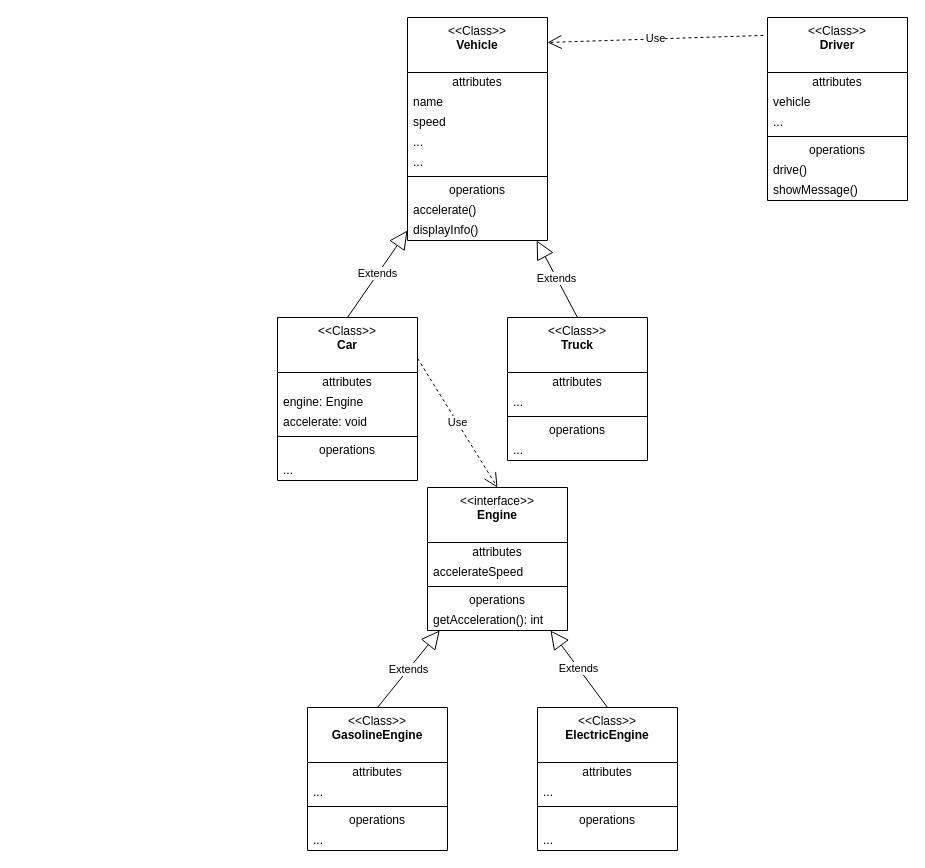
Before: diagrams_rep/Practice-Car.drawio in AnyaLi-tms/drawio, a draw.io diagram. Source tidied: cells renumbered, new cells numbered last; positions are measured from the earlier drawing's top-left corner, leaving out a move shared by most shapes. Both pictures are drawn from the tidied source at 100%, with x=0, y=0 at pixel (277, 17).
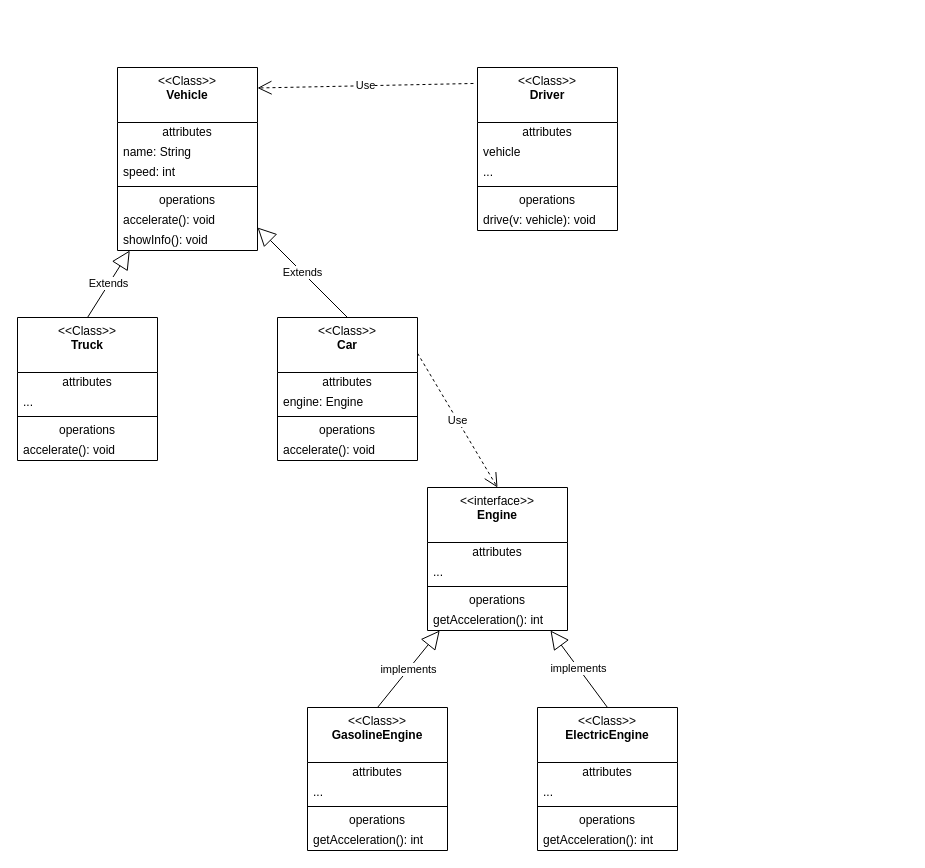
The same diagram, later.

The change refers to these unchanged cells:
```xml
<mxCell id="33" value="&amp;lt;&amp;lt;interface&amp;gt;&amp;gt;&lt;br&gt;&lt;b&gt;Engine&lt;/b&gt;" style="swimlane;fontStyle=0;align=center;verticalAlign=top;horizontal=1;startSize=55;html=1;whiteSpace=wrap;" parent="1" vertex="1">
  <mxGeometry x="150" y="470" width="140" height="143" as="geometry" />
</mxCell>
<mxCell id="39" value="&amp;lt;&amp;lt;Class&amp;gt;&amp;gt;&lt;br&gt;&lt;b&gt;GasolineEngine&lt;/b&gt;" style="swimlane;fontStyle=0;align=center;verticalAlign=top;horizontal=1;startSize=55;html=1;whiteSpace=wrap;" parent="1" vertex="1">
  <mxGeometry x="30" y="690" width="140" height="143" as="geometry" />
</mxCell>
<mxCell id="45" value="&amp;lt;&amp;lt;Class&amp;gt;&amp;gt;&lt;br&gt;&lt;b&gt;ElectricEngine&lt;/b&gt;" style="swimlane;fontStyle=0;align=center;verticalAlign=top;horizontal=1;startSize=55;html=1;whiteSpace=wrap;" parent="1" vertex="1">
  <mxGeometry x="260" y="690" width="140" height="143" as="geometry" />
</mxCell>
```

The edit, as a diff of the source:
```diff
@@
     <mxCell id="2" value="&amp;lt;&amp;lt;Class&amp;gt;&amp;gt;&lt;br&gt;&lt;b&gt;Driver&lt;/b&gt;" style="swimlane;fontStyle=0;align=center;verticalAlign=top;horizontal=1;startSize=55;html=1;whiteSpace=wrap;" parent="1" vertex="1">
-      <mxGeometry x="490" width="140" height="183" as="geometry" />
+      <mxGeometry x="200" y="50" width="140" height="163" as="geometry" />
     </mxCell>
@@
-    <mxCell id="8" value="drive()" style="text;html=1;strokeColor=none;fillColor=none;align=left;verticalAlign=middle;spacingLeft=4;spacingRight=4;overflow=hidden;whiteSpace=wrap;" parent="2" vertex="1">
+    <mxCell id="8" value="drive(v: vehicle): void&amp;nbsp;" style="text;html=1;strokeColor=none;fillColor=none;align=left;verticalAlign=middle;spacingLeft=4;spacingRight=4;overflow=hidden;whiteSpace=wrap;" parent="2" vertex="1">
       <mxGeometry y="143" width="140" height="20" as="geometry" />
     </mxCell>
-    <mxCell id="9" value="showMessage()" style="text;html=1;strokeColor=none;fillColor=none;align=left;verticalAlign=middle;spacingLeft=4;spacingRight=4;overflow=hidden;whiteSpace=wrap;" parent="2" vertex="1">
-      <mxGeometry y="163" width="140" height="20" as="geometry" />
-    </mxCell>
     <mxCell id="10" value="&amp;lt;&amp;lt;Class&amp;gt;&amp;gt;&lt;br&gt;&lt;b&gt;Vehicle&lt;/b&gt;" style="swimlane;fontStyle=0;align=center;verticalAlign=top;horizontal=1;startSize=55;html=1;whiteSpace=wrap;fontColor=#000000;" parent="1" vertex="1">
-      <mxGeometry x="130" width="140" height="223" as="geometry" />
+      <mxGeometry x="-160" y="50" width="140" height="183" as="geometry" />
     </mxCell>
@@
-    <mxCell id="12" value="name" style="text;html=1;strokeColor=none;fillColor=none;align=left;verticalAlign=middle;spacingLeft=4;spacingRight=4;overflow=hidden;whiteSpace=wrap;" parent="10" vertex="1">
+    <mxCell id="12" value="name: String" style="text;html=1;strokeColor=none;fillColor=none;align=left;verticalAlign=middle;spacingLeft=4;spacingRight=4;overflow=hidden;whiteSpace=wrap;" parent="10" vertex="1">
       <mxGeometry y="75" width="140" height="20" as="geometry" />
     </mxCell>
-    <mxCell id="13" value="speed" style="text;html=1;strokeColor=none;fillColor=none;align=left;verticalAlign=middle;spacingLeft=4;spacingRight=4;overflow=hidden;whiteSpace=wrap;" parent="10" vertex="1">
+    <mxCell id="13" value="speed: int" style="text;html=1;strokeColor=none;fillColor=none;align=left;verticalAlign=middle;spacingLeft=4;spacingRight=4;overflow=hidden;whiteSpace=wrap;" parent="10" vertex="1">
       <mxGeometry y="95" width="140" height="20" as="geometry" />
     </mxCell>
-    <mxCell id="14" value="..." style="text;html=1;strokeColor=none;fillColor=none;align=left;verticalAlign=middle;spacingLeft=4;spacingRight=4;overflow=hidden;whiteSpace=wrap;" parent="10" vertex="1">
-      <mxGeometry y="115" width="140" height="20" as="geometry" />
-    </mxCell>
-    <mxCell id="15" value="..." style="text;html=1;strokeColor=none;fillColor=none;align=left;verticalAlign=middle;spacingLeft=4;spacingRight=4;overflow=hidden;whiteSpace=wrap;" parent="10" vertex="1">
-      <mxGeometry y="135" width="140" height="20" as="geometry" />
-    </mxCell>
     <mxCell id="16" style="line;strokeWidth=1;fillColor=none;align=left;verticalAlign=middle;spacingTop=-1;spacingLeft=3;spacingRight=3;labelPosition=right;" parent="10" vertex="1">
-      <mxGeometry y="155" width="140" height="8" as="geometry" />
+      <mxGeometry y="115" width="140" height="8" as="geometry" />
     </mxCell>
     <mxCell id="17" value="operations" style="text;html=1;strokeColor=none;fillColor=none;align=center;verticalAlign=middle;spacingLeft=4;spacingRight=4;overflow=hidden;whiteSpace=wrap;" parent="10" vertex="1">
-      <mxGeometry y="163" width="140" height="20" as="geometry" />
+      <mxGeometry y="123" width="140" height="20" as="geometry" />
     </mxCell>
-    <mxCell id="18" value="accelerate()" style="text;html=1;strokeColor=none;fillColor=none;align=left;verticalAlign=middle;spacingLeft=4;spacingRight=4;overflow=hidden;whiteSpace=wrap;" parent="10" vertex="1">
-      <mxGeometry y="183" width="140" height="20" as="geometry" />
+    <mxCell id="18" value="accelerate(): void" style="text;html=1;strokeColor=none;fillColor=none;align=left;verticalAlign=middle;spacingLeft=4;spacingRight=4;overflow=hidden;whiteSpace=wrap;" parent="10" vertex="1">
+      <mxGeometry y="143" width="140" height="20" as="geometry" />
     </mxCell>
-    <mxCell id="19" value="displayInfo()" style="text;html=1;strokeColor=none;fillColor=none;align=left;verticalAlign=middle;spacingLeft=4;spacingRight=4;overflow=hidden;whiteSpace=wrap;" parent="10" vertex="1">
-      <mxGeometry y="203" width="140" height="20" as="geometry" />
+    <mxCell id="19" value="showInfo(): void" style="text;html=1;strokeColor=none;fillColor=none;align=left;verticalAlign=middle;spacingLeft=4;spacingRight=4;overflow=hidden;whiteSpace=wrap;" parent="10" vertex="1">
+      <mxGeometry y="163" width="140" height="20" as="geometry" />
     </mxCell>
     <mxCell id="20" value="&amp;lt;&amp;lt;Class&amp;gt;&amp;gt;&lt;br&gt;&lt;b&gt;Car&lt;/b&gt;" style="swimlane;fontStyle=0;align=center;verticalAlign=top;horizontal=1;startSize=55;html=1;whiteSpace=wrap;" parent="1" vertex="1">
-      <mxGeometry y="300" width="140" height="163" as="geometry" />
+      <mxGeometry y="300" width="140" height="143" as="geometry" />
     </mxCell>
@@
-    <mxCell id="23" value="accelerate: void" style="text;html=1;strokeColor=none;fillColor=none;align=left;verticalAlign=middle;spacingLeft=4;spacingRight=4;overflow=hidden;whiteSpace=wrap;" parent="20" vertex="1">
-      <mxGeometry y="95" width="140" height="20" as="geometry" />
-    </mxCell>
     <mxCell id="24" style="line;strokeWidth=1;fillColor=none;align=left;verticalAlign=middle;spacingTop=-1;spacingLeft=3;spacingRight=3;labelPosition=right;" parent="20" vertex="1">
-      <mxGeometry y="115" width="140" height="8" as="geometry" />
+      <mxGeometry y="95" width="140" height="8" as="geometry" />
     </mxCell>
     <mxCell id="25" value="operations" style="text;html=1;strokeColor=none;fillColor=none;align=center;verticalAlign=middle;spacingLeft=4;spacingRight=4;overflow=hidden;whiteSpace=wrap;" parent="20" vertex="1">
-      <mxGeometry y="123" width="140" height="20" as="geometry" />
+      <mxGeometry y="103" width="140" height="20" as="geometry" />
     </mxCell>
-    <mxCell id="26" value="..." style="text;html=1;strokeColor=none;fillColor=none;align=left;verticalAlign=middle;spacingLeft=4;spacingRight=4;overflow=hidden;whiteSpace=wrap;" parent="20" vertex="1">
-      <mxGeometry y="143" width="140" height="20" as="geometry" />
+    <mxCell id="26" value="accelerate(): void" style="text;html=1;strokeColor=none;fillColor=none;align=left;verticalAlign=middle;spacingLeft=4;spacingRight=4;overflow=hidden;whiteSpace=wrap;" parent="20" vertex="1">
+      <mxGeometry y="123" width="140" height="20" as="geometry" />
     </mxCell>
     <mxCell id="27" value="&amp;lt;&amp;lt;Class&amp;gt;&amp;gt;&lt;br&gt;&lt;b&gt;Truck&lt;/b&gt;" style="swimlane;fontStyle=0;align=center;verticalAlign=top;horizontal=1;startSize=55;html=1;whiteSpace=wrap;" parent="1" vertex="1">
-      <mxGeometry x="230" y="300" width="140" height="143" as="geometry" />
+      <mxGeometry x="-260" y="300" width="140" height="143" as="geometry" />
     </mxCell>
@@
-    <mxCell id="32" value="..." style="text;html=1;strokeColor=none;fillColor=none;align=left;verticalAlign=middle;spacingLeft=4;spacingRight=4;overflow=hidden;whiteSpace=wrap;" parent="27" vertex="1">
+    <mxCell id="32" value="accelerate(): void" style="text;html=1;strokeColor=none;fillColor=none;align=left;verticalAlign=middle;spacingLeft=4;spacingRight=4;overflow=hidden;whiteSpace=wrap;" parent="27" vertex="1">
       <mxGeometry y="123" width="140" height="20" as="geometry" />
     </mxCell>
@@
-    <mxCell id="35" value="accelerateSpeed" style="text;html=1;strokeColor=none;fillColor=none;align=left;verticalAlign=middle;spacingLeft=4;spacingRight=4;overflow=hidden;whiteSpace=wrap;" parent="33" vertex="1">
+    <mxCell id="35" value="..." style="text;html=1;strokeColor=none;fillColor=none;align=left;verticalAlign=middle;spacingLeft=4;spacingRight=4;overflow=hidden;whiteSpace=wrap;" parent="33" vertex="1">
       <mxGeometry y="75" width="140" height="20" as="geometry" />
     </mxCell>
@@
-    <mxCell id="44" value="..." style="text;html=1;strokeColor=none;fillColor=none;align=left;verticalAlign=middle;spacingLeft=4;spacingRight=4;overflow=hidden;whiteSpace=wrap;" parent="39" vertex="1">
+    <mxCell id="44" value="getAcceleration(): int" style="text;html=1;strokeColor=none;fillColor=none;align=left;verticalAlign=middle;spacingLeft=4;spacingRight=4;overflow=hidden;whiteSpace=wrap;" parent="39" vertex="1">
       <mxGeometry y="123" width="140" height="20" as="geometry" />
     </mxCell>
@@
-    <mxCell id="50" value="..." style="text;html=1;strokeColor=none;fillColor=none;align=left;verticalAlign=middle;spacingLeft=4;spacingRight=4;overflow=hidden;whiteSpace=wrap;" parent="45" vertex="1">
+    <mxCell id="50" value="getAcceleration(): int" style="text;html=1;strokeColor=none;fillColor=none;align=left;verticalAlign=middle;spacingLeft=4;spacingRight=4;overflow=hidden;whiteSpace=wrap;" parent="45" vertex="1">
       <mxGeometry y="123" width="140" height="20" as="geometry" />
     </mxCell>
-    <mxCell id="51" value="Extends" style="endArrow=block;endSize=16;endFill=0;html=1;rounded=0;exitX=0.5;exitY=0;exitDx=0;exitDy=0;" parent="1" edge="1" source="20" target="10">
-      <mxGeometry relative="1" as="geometry" />
+    <mxCell id="51" value="Extends" style="endArrow=block;endSize=16;endFill=0;html=1;rounded=0;exitX=0.5;exitY=0;exitDx=0;exitDy=0;" parent="1" edge="1" source="20">
+      <mxGeometry relative="1" as="geometry">
+        <mxPoint x="-20" y="210" as="targetPoint" />
+      </mxGeometry>
     </mxCell>
@@
-    <mxCell id="53" value="Extends" style="endArrow=block;endSize=16;endFill=0;html=1;rounded=0;exitX=0.5;exitY=0;exitDx=0;exitDy=0;" parent="1" edge="1" source="39" target="33">
+    <mxCell id="53" value="implements" style="endArrow=block;endSize=16;endFill=0;html=1;rounded=0;exitX=0.5;exitY=0;exitDx=0;exitDy=0;" parent="1" edge="1" source="39" target="33">
       <mxGeometry relative="1" as="geometry" />
     </mxCell>
-    <mxCell id="54" value="Extends" style="endArrow=block;endSize=16;endFill=0;html=1;rounded=0;exitX=0.5;exitY=0;exitDx=0;exitDy=0;" parent="1" edge="1" source="45" target="33">
+    <mxCell id="54" value="implements" style="endArrow=block;endSize=16;endFill=0;html=1;rounded=0;exitX=0.5;exitY=0;exitDx=0;exitDy=0;" parent="1" edge="1" source="45" target="33">
       <mxGeometry relative="1" as="geometry" />
     </mxCell>
```
